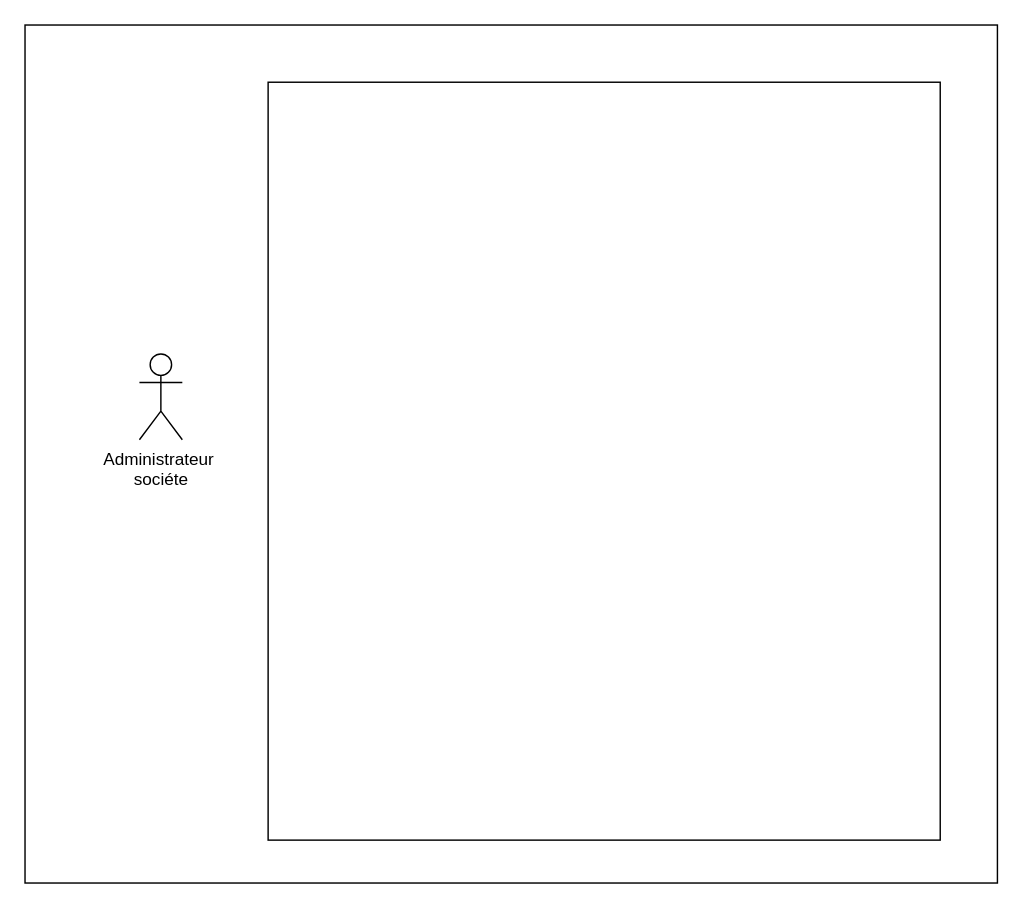
Before: casdutilisationerp.drawio in labidimahdi/diagrams, a draw.io diagram. Source tidied: cells renumbered, new cells numbered last; positions are measured from the earlier drawing's top-left corner, leaving out a move shared by most shapes. Both pictures are drawn from the tidied source at 143%, with x=0, y=0 at pixel (24, 24).
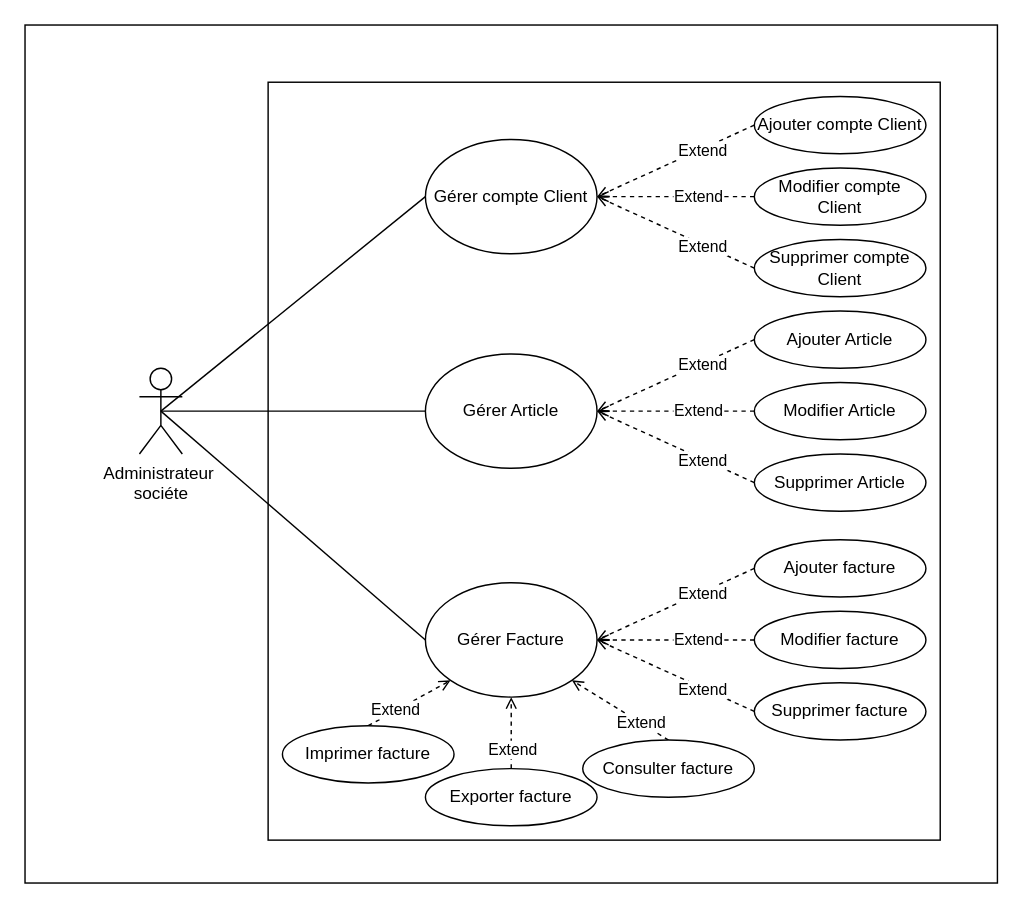
The same page after the edit.

Commit message (it also covers changes not shown here):
Mettre à jour casdutilisationerp.drawio

The edit, as a diff of the source:
```diff
@@
+    <mxCell id="5" style="rounded=0;jettySize=auto;html=1;exitX=0.5;exitY=0.5;exitDx=0;exitDy=0;exitPerimeter=0;entryX=0;entryY=0.5;entryDx=0;entryDy=0;endArrow=none;endFill=0;" parent="1" edge="1" source="4" target="8">
+      <mxGeometry relative="1" as="geometry" />
+    </mxCell>
+    <mxCell id="6" style="rounded=0;jettySize=auto;html=1;exitX=0.5;exitY=0.5;exitDx=0;exitDy=0;exitPerimeter=0;endArrow=none;endFill=0;" parent="1" edge="1" source="4" target="18">
+      <mxGeometry relative="1" as="geometry" />
+    </mxCell>
+    <mxCell id="7" style="rounded=0;jettySize=auto;html=1;exitX=0.5;exitY=0.5;exitDx=0;exitDy=0;exitPerimeter=0;entryX=0;entryY=0.5;entryDx=0;entryDy=0;endArrow=none;endFill=0;" parent="1" edge="1" source="4" target="28">
+      <mxGeometry relative="1" as="geometry" />
+    </mxCell>
     <mxCell id="4" value="Administrateur&amp;nbsp;&lt;br&gt;sociéte&lt;br&gt;" style="shape=umlActor;verticalLabelPosition=bottom;verticalAlign=top;html=1;outlineConnect=0;" parent="1" vertex="1">
-      <mxGeometry x="80" y="230" width="30" height="60" as="geometry" />
+      <mxGeometry x="80" y="240" width="30" height="60" as="geometry" />
     </mxCell>
+    <mxCell id="8" value="Gérer compte Client" style="ellipse;whiteSpace=wrap;html=1;" parent="1" vertex="1">
+      <mxGeometry x="280" y="80" width="120" height="80" as="geometry" />
+    </mxCell>
+    <mxCell id="9" style="rounded=0;jettySize=auto;html=1;exitX=0;exitY=0.5;exitDx=0;exitDy=0;entryX=1;entryY=0.5;entryDx=0;entryDy=0;dashed=1;endArrow=open;endFill=0;" parent="1" edge="1" source="11" target="8">
+      <mxGeometry relative="1" as="geometry" />
+    </mxCell>
+    <mxCell id="10" value="Extend" style="edgeLabel;html=1;align=center;verticalAlign=middle;" parent="9" vertex="1">
+      <mxGeometry x="-0.33" y="1" relative="1" as="geometry" />
+    </mxCell>
+    <mxCell id="11" value="Ajouter compte Client" style="ellipse;whiteSpace=wrap;html=1;" parent="1" vertex="1">
+      <mxGeometry x="510" y="50" width="120" height="40" as="geometry" />
+    </mxCell>
+    <mxCell id="12" style="rounded=0;jettySize=auto;html=1;exitX=0;exitY=0.5;exitDx=0;exitDy=0;entryX=1;entryY=0.5;entryDx=0;entryDy=0;dashed=1;endArrow=open;endFill=0;" parent="1" edge="1" source="14" target="8">
+      <mxGeometry relative="1" as="geometry" />
+    </mxCell>
+    <mxCell id="13" value="Extend" style="edgeLabel;html=1;align=center;verticalAlign=middle;" parent="12" vertex="1">
+      <mxGeometry x="-0.27" y="-1" relative="1" as="geometry" />
+    </mxCell>
+    <mxCell id="14" value="Modifier compte Client" style="ellipse;whiteSpace=wrap;html=1;" parent="1" vertex="1">
+      <mxGeometry x="510" y="100" width="120" height="40" as="geometry" />
+    </mxCell>
+    <mxCell id="15" style="rounded=0;jettySize=auto;html=1;exitX=0;exitY=0.5;exitDx=0;exitDy=0;entryX=1;entryY=0.5;entryDx=0;entryDy=0;dashed=1;endArrow=open;endFill=0;" parent="1" edge="1" source="17" target="8">
+      <mxGeometry relative="1" as="geometry" />
+    </mxCell>
+    <mxCell id="16" value="Extend" style="edgeLabel;html=1;align=center;verticalAlign=middle;" parent="15" vertex="1">
+      <mxGeometry x="-0.33" y="1" relative="1" as="geometry" />
+    </mxCell>
+    <mxCell id="17" value="Supprimer compte Client" style="ellipse;whiteSpace=wrap;html=1;" parent="1" vertex="1">
+      <mxGeometry x="510" y="150" width="120" height="40" as="geometry" />
+    </mxCell>
+    <mxCell id="18" value="Gérer Article" style="ellipse;whiteSpace=wrap;html=1;" parent="1" vertex="1">
+      <mxGeometry x="280" y="230" width="120" height="80" as="geometry" />
+    </mxCell>
+    <mxCell id="19" style="rounded=0;jettySize=auto;html=1;exitX=0;exitY=0.5;exitDx=0;exitDy=0;entryX=1;entryY=0.5;entryDx=0;entryDy=0;dashed=1;endArrow=open;endFill=0;" parent="1" edge="1" source="21" target="18">
+      <mxGeometry relative="1" as="geometry" />
+    </mxCell>
+    <mxCell id="20" value="Extend" style="edgeLabel;html=1;align=center;verticalAlign=middle;" parent="19" vertex="1">
+      <mxGeometry x="-0.33" y="1" relative="1" as="geometry" />
+    </mxCell>
+    <mxCell id="21" value="Ajouter Article" style="ellipse;whiteSpace=wrap;html=1;" parent="1" vertex="1">
+      <mxGeometry x="510" y="200" width="120" height="40" as="geometry" />
+    </mxCell>
+    <mxCell id="22" style="rounded=0;jettySize=auto;html=1;exitX=0;exitY=0.5;exitDx=0;exitDy=0;entryX=1;entryY=0.5;entryDx=0;entryDy=0;dashed=1;endArrow=open;endFill=0;" parent="1" edge="1" source="24" target="18">
+      <mxGeometry relative="1" as="geometry" />
+    </mxCell>
+    <mxCell id="23" value="Extend" style="edgeLabel;html=1;align=center;verticalAlign=middle;" parent="22" vertex="1">
+      <mxGeometry x="-0.27" y="-1" relative="1" as="geometry" />
+    </mxCell>
+    <mxCell id="24" value="Modifier Article" style="ellipse;whiteSpace=wrap;html=1;" parent="1" vertex="1">
+      <mxGeometry x="510" y="250" width="120" height="40" as="geometry" />
+    </mxCell>
+    <mxCell id="25" style="rounded=0;jettySize=auto;html=1;exitX=0;exitY=0.5;exitDx=0;exitDy=0;entryX=1;entryY=0.5;entryDx=0;entryDy=0;dashed=1;endArrow=open;endFill=0;" parent="1" edge="1" source="27" target="18">
+      <mxGeometry relative="1" as="geometry" />
+    </mxCell>
+    <mxCell id="26" value="Extend" style="edgeLabel;html=1;align=center;verticalAlign=middle;" parent="25" vertex="1">
+      <mxGeometry x="-0.33" y="1" relative="1" as="geometry" />
+    </mxCell>
+    <mxCell id="27" value="Supprimer Article" style="ellipse;whiteSpace=wrap;html=1;" parent="1" vertex="1">
+      <mxGeometry x="510" y="300" width="120" height="40" as="geometry" />
+    </mxCell>
+    <mxCell id="28" value="Gérer Facture" style="ellipse;whiteSpace=wrap;html=1;" parent="1" vertex="1">
+      <mxGeometry x="280" y="390" width="120" height="80" as="geometry" />
+    </mxCell>
+    <mxCell id="29" style="rounded=0;jettySize=auto;html=1;exitX=0;exitY=0.5;exitDx=0;exitDy=0;entryX=1;entryY=0.5;entryDx=0;entryDy=0;dashed=1;endArrow=open;endFill=0;" parent="1" edge="1" source="31" target="28">
+      <mxGeometry relative="1" as="geometry" />
+    </mxCell>
+    <mxCell id="30" value="Extend" style="edgeLabel;html=1;align=center;verticalAlign=middle;" parent="29" vertex="1">
+      <mxGeometry x="-0.33" y="1" relative="1" as="geometry" />
+    </mxCell>
+    <mxCell id="31" value="Ajouter facture" style="ellipse;whiteSpace=wrap;html=1;" parent="1" vertex="1">
+      <mxGeometry x="510" y="360" width="120" height="40" as="geometry" />
+    </mxCell>
+    <mxCell id="32" style="rounded=0;jettySize=auto;html=1;exitX=0;exitY=0.5;exitDx=0;exitDy=0;entryX=1;entryY=0.5;entryDx=0;entryDy=0;dashed=1;endArrow=open;endFill=0;" parent="1" edge="1" source="34" target="28">
+      <mxGeometry relative="1" as="geometry" />
+    </mxCell>
+    <mxCell id="33" value="Extend" style="edgeLabel;html=1;align=center;verticalAlign=middle;" parent="32" vertex="1">
+      <mxGeometry x="-0.27" y="-1" relative="1" as="geometry" />
+    </mxCell>
+    <mxCell id="34" value="Modifier facture" style="ellipse;whiteSpace=wrap;html=1;" parent="1" vertex="1">
+      <mxGeometry x="510" y="410" width="120" height="40" as="geometry" />
+    </mxCell>
+    <mxCell id="35" style="rounded=0;jettySize=auto;html=1;exitX=0;exitY=0.5;exitDx=0;exitDy=0;entryX=1;entryY=0.5;entryDx=0;entryDy=0;dashed=1;endArrow=open;endFill=0;" parent="1" edge="1" source="37" target="28">
+      <mxGeometry relative="1" as="geometry" />
+    </mxCell>
+    <mxCell id="36" value="Extend" style="edgeLabel;html=1;align=center;verticalAlign=middle;" parent="35" vertex="1">
+      <mxGeometry x="-0.33" y="1" relative="1" as="geometry" />
+    </mxCell>
+    <mxCell id="37" value="Supprimer facture" style="ellipse;whiteSpace=wrap;html=1;" parent="1" vertex="1">
+      <mxGeometry x="510" y="460" width="120" height="40" as="geometry" />
+    </mxCell>
+    <mxCell id="38" style="rounded=0;jettySize=auto;html=1;exitX=0.5;exitY=0;exitDx=0;exitDy=0;entryX=0;entryY=1;entryDx=0;entryDy=0;dashed=1;endArrow=open;endFill=0;" parent="1" edge="1" source="40" target="28">
+      <mxGeometry relative="1" as="geometry" />
+    </mxCell>
+    <mxCell id="39" value="Extend" style="edgeLabel;html=1;align=center;verticalAlign=middle;" parent="38" vertex="1">
+      <mxGeometry x="-0.33" y="1" relative="1" as="geometry" />
+    </mxCell>
+    <mxCell id="40" value="Imprimer facture" style="ellipse;whiteSpace=wrap;html=1;" parent="1" vertex="1">
+      <mxGeometry x="180" y="490" width="120" height="40" as="geometry" />
+    </mxCell>
+    <mxCell id="41" style="rounded=0;jettySize=auto;html=1;exitX=0.5;exitY=0;exitDx=0;exitDy=0;entryX=0.5;entryY=1;entryDx=0;entryDy=0;dashed=1;endArrow=open;endFill=0;" parent="1" edge="1" source="43" target="28">
+      <mxGeometry relative="1" as="geometry" />
+    </mxCell>
+    <mxCell id="42" value="Extend" style="edgeLabel;html=1;align=center;verticalAlign=middle;" parent="41" vertex="1">
+      <mxGeometry x="-0.43" relative="1" as="geometry" />
+    </mxCell>
+    <mxCell id="43" value="Exporter facture" style="ellipse;whiteSpace=wrap;html=1;" parent="1" vertex="1">
+      <mxGeometry x="280" y="520" width="120" height="40" as="geometry" />
+    </mxCell>
+    <mxCell id="44" style="rounded=0;jettySize=auto;html=1;exitX=0.5;exitY=0;exitDx=0;exitDy=0;dashed=1;endArrow=open;endFill=0;entryX=1;entryY=1;entryDx=0;entryDy=0;" parent="1" edge="1" source="46" target="28">
+      <mxGeometry relative="1" as="geometry" />
+    </mxCell>
+    <mxCell id="45" value="Extend" style="edgeLabel;html=1;align=center;verticalAlign=middle;" parent="44" vertex="1">
+      <mxGeometry x="-0.43" relative="1" as="geometry" />
+    </mxCell>
+    <mxCell id="46" value="Consulter facture" style="ellipse;whiteSpace=wrap;html=1;" parent="1" vertex="1">
+      <mxGeometry x="390" y="500" width="120" height="40" as="geometry" />
+    </mxCell>
```
